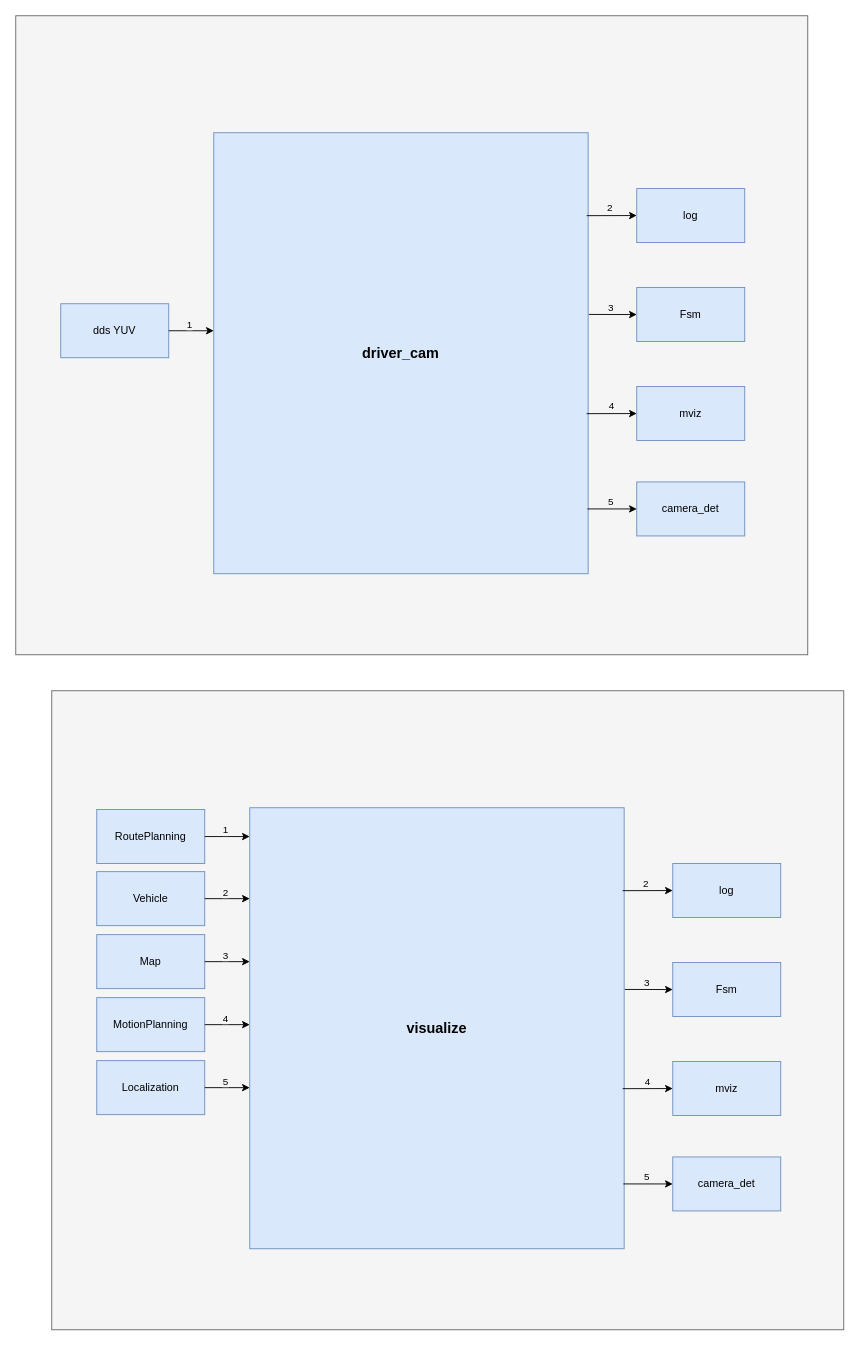
Before: visualize输入输出图.drawio in xiaoleli/diagrams, a draw.io diagram. Source tidied: cells renumbered, new cells numbered last; positions are measured from the earlier drawing's top-left corner, leaving out a move shared by most shapes. Both pictures are drawn from the tidied source at 90%, with x=0, y=0 at pixel (15, 15).
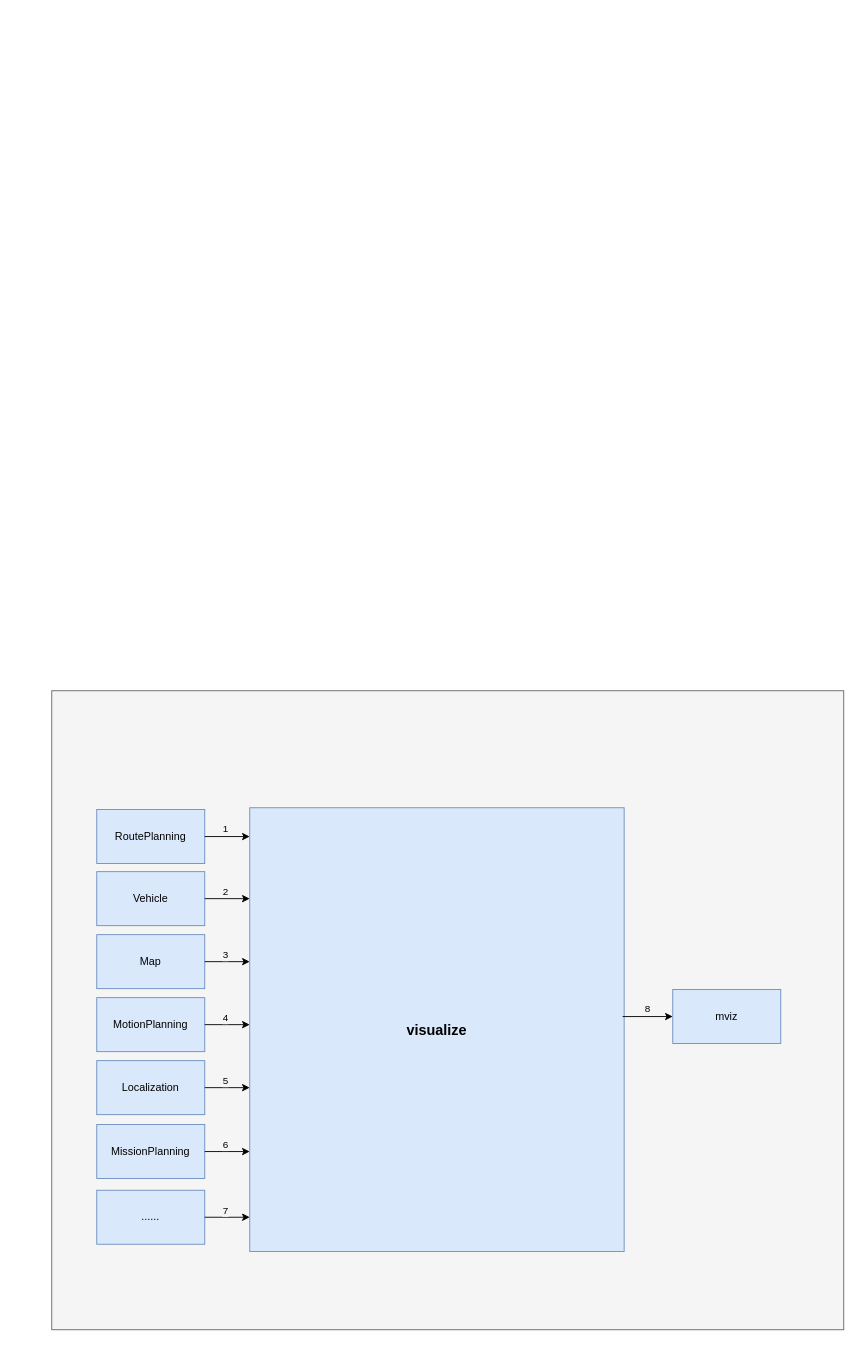
The same diagram, later.

Commit message:
更新visualize输入输出图.drawio

Unchanged cells that the change refers to:
```xml
<mxCell id="26" style="endArrow=classic;html=1;rounded=0;exitX=1;exitY=0.5;exitDx=0;exitDy=0;" parent="1" edge="1" source="21">
  <mxGeometry relative="1" as="geometry">
    <mxPoint x="260" y="912" as="targetPoint" />
  </mxGeometry>
</mxCell>
<mxCell id="37" style="endArrow=classic;html=1;rounded=0;exitX=1;exitY=0.5;exitDx=0;exitDy=0;" parent="1" edge="1" source="36">
  <mxGeometry relative="1" as="geometry">
    <mxPoint x="260" y="981" as="targetPoint" />
  </mxGeometry>
</mxCell>
```

Change to the diagram source:
```diff
@@
-    <mxCell id="2" style="rounded=0;whiteSpace=wrap;html=1;fillColor=#f5f5f5;fontColor=#333333;strokeColor=#666666;" parent="1" vertex="1">
-      <mxGeometry width="880" height="710" as="geometry" />
-    </mxCell>
-    <mxCell id="3" value="&lt;b&gt;&lt;font style=&quot;font-size: 16px;&quot;&gt;driver_cam&lt;/font&gt;&lt;/b&gt;" style="rounded=0;whiteSpace=wrap;html=1;fillColor=#dae8fc;strokeColor=#6c8ebf;" parent="1" vertex="1">
-      <mxGeometry x="220" y="130" width="416" height="490" as="geometry" />
-    </mxCell>
-    <mxCell id="4" value="dds YUV" style="rounded=0;whiteSpace=wrap;html=1;fillColor=#dae8fc;strokeColor=#6c8ebf;" parent="1" vertex="1">
-      <mxGeometry x="50" y="320" width="120" height="60" as="geometry" />
-    </mxCell>
-    <mxCell id="5" value="log" style="rounded=0;whiteSpace=wrap;html=1;fillColor=#dae8fc;strokeColor=#6c8ebf;" parent="1" vertex="1">
-      <mxGeometry x="690" y="192" width="120" height="60" as="geometry" />
-    </mxCell>
-    <mxCell id="6" value="Fsm" style="rounded=0;whiteSpace=wrap;html=1;fillColor=#dae8fc;strokeColor=#6c8ebf;" parent="1" vertex="1">
-      <mxGeometry x="690" y="302" width="120" height="60" as="geometry" />
-    </mxCell>
-    <mxCell id="7" value="mviz" style="rounded=0;whiteSpace=wrap;html=1;fillColor=#dae8fc;strokeColor=#6c8ebf;" parent="1" vertex="1">
-      <mxGeometry x="690" y="412" width="120" height="60" as="geometry" />
-    </mxCell>
-    <mxCell id="8" value="camera_det" style="rounded=0;whiteSpace=wrap;html=1;fillColor=#dae8fc;strokeColor=#6c8ebf;" parent="1" vertex="1">
-      <mxGeometry x="690" y="518" width="120" height="60" as="geometry" />
-    </mxCell>
-    <mxCell id="9" style="endArrow=classic;html=1;rounded=0;exitX=1;exitY=0.5;exitDx=0;exitDy=0;" parent="1" edge="1" source="4">
-      <mxGeometry relative="1" as="geometry">
-        <mxPoint x="220" y="350" as="targetPoint" />
-      </mxGeometry>
-    </mxCell>
-    <mxCell id="10" value="1" style="edgeLabel;html=1;align=center;verticalAlign=middle;labelBackgroundColor=#F5F5F5;" parent="9" vertex="1">
-      <mxGeometry x="-0.14" y="-1" relative="1" as="geometry">
-        <mxPoint y="-9" as="offset" />
-      </mxGeometry>
-    </mxCell>
-    <mxCell id="11" style="endArrow=classic;html=1;rounded=0;exitX=0.996;exitY=0.188;exitDx=0;exitDy=0;entryX=0;entryY=0.5;entryDx=0;entryDy=0;exitPerimeter=0;" parent="1" edge="1" source="3" target="5">
-      <mxGeometry relative="1" as="geometry" />
-    </mxCell>
-    <mxCell id="12" value="2" style="edgeLabel;html=1;align=center;verticalAlign=middle;labelBackgroundColor=#F5F5F5;" parent="11" vertex="1">
-      <mxGeometry x="-0.09" y="1" relative="1" as="geometry">
-        <mxPoint y="-8" as="offset" />
-      </mxGeometry>
-    </mxCell>
-    <mxCell id="13" style="endArrow=classic;html=1;rounded=0;entryX=0;entryY=0.5;entryDx=0;entryDy=0;exitX=1.002;exitY=0.412;exitDx=0;exitDy=0;exitPerimeter=0;" parent="1" edge="1" source="3" target="6">
-      <mxGeometry relative="1" as="geometry" />
-    </mxCell>
-    <mxCell id="14" value="3" style="edgeLabel;html=1;align=center;verticalAlign=middle;labelBackgroundColor=#F5F5F5;" parent="13" vertex="1">
-      <mxGeometry x="-0.11" relative="1" as="geometry">
-        <mxPoint y="-8" as="offset" />
-      </mxGeometry>
-    </mxCell>
-    <mxCell id="15" style="endArrow=classic;html=1;rounded=0;entryX=0;entryY=0.5;entryDx=0;entryDy=0;exitX=0.996;exitY=0.637;exitDx=0;exitDy=0;exitPerimeter=0;" parent="1" edge="1" source="3" target="7">
-      <mxGeometry relative="1" as="geometry" />
-    </mxCell>
-    <mxCell id="16" value="4" style="edgeLabel;html=1;align=center;verticalAlign=middle;labelBackgroundColor=#F5F5F5;" parent="15" vertex="1">
-      <mxGeometry x="-0.02" relative="1" as="geometry">
-        <mxPoint y="-9" as="offset" />
-      </mxGeometry>
-    </mxCell>
-    <mxCell id="17" style="endArrow=classic;html=1;rounded=0;entryX=0;entryY=0.5;entryDx=0;entryDy=0;exitX=0.998;exitY=0.853;exitDx=0;exitDy=0;exitPerimeter=0;" parent="1" edge="1" source="3" target="8">
-      <mxGeometry relative="1" as="geometry" />
-    </mxCell>
-    <mxCell id="18" value="5" style="edgeLabel;html=1;align=center;verticalAlign=middle;labelBackgroundColor=#F5F5F5;" parent="17" vertex="1">
-      <mxGeometry x="-0.07" y="1" relative="1" as="geometry">
-        <mxPoint y="-7" as="offset" />
-      </mxGeometry>
-    </mxCell>
@@
     <mxCell id="20" value="&lt;b&gt;&lt;font style=&quot;font-size: 16px;&quot;&gt;visualize&lt;/font&gt;&lt;/b&gt;" style="rounded=0;whiteSpace=wrap;html=1;fillColor=#dae8fc;strokeColor=#6c8ebf;" parent="1" vertex="1">
-      <mxGeometry x="260" y="880" width="416" height="490" as="geometry" />
+      <mxGeometry x="260" y="880" width="416" height="493" as="geometry" />
     </mxCell>
@@
-    <mxCell id="22" value="log" style="rounded=0;whiteSpace=wrap;html=1;fillColor=#dae8fc;strokeColor=#6c8ebf;" parent="1" vertex="1">
-      <mxGeometry x="730" y="942" width="120" height="60" as="geometry" />
-    </mxCell>
-    <mxCell id="23" value="Fsm" style="rounded=0;whiteSpace=wrap;html=1;fillColor=#dae8fc;strokeColor=#6c8ebf;" parent="1" vertex="1">
-      <mxGeometry x="730" y="1052" width="120" height="60" as="geometry" />
-    </mxCell>
     <mxCell id="24" value="mviz" style="rounded=0;whiteSpace=wrap;html=1;fillColor=#dae8fc;strokeColor=#6c8ebf;" parent="1" vertex="1">
-      <mxGeometry x="730" y="1162" width="120" height="60" as="geometry" />
+      <mxGeometry x="730" y="1082" width="120" height="60" as="geometry" />
     </mxCell>
-    <mxCell id="25" value="camera_det" style="rounded=0;whiteSpace=wrap;html=1;fillColor=#dae8fc;strokeColor=#6c8ebf;" parent="1" vertex="1">
-      <mxGeometry x="730" y="1268" width="120" height="60" as="geometry" />
-    </mxCell>
@@
     <mxCell id="27" value="1" style="edgeLabel;html=1;align=center;verticalAlign=middle;labelBackgroundColor=#F5F5F5;" parent="26" vertex="1">
       <mxGeometry x="-0.14" y="-1" relative="1" as="geometry">
-        <mxPoint y="-9" as="offset" />
+        <mxPoint y="-10" as="offset" />
       </mxGeometry>
     </mxCell>
-    <mxCell id="28" style="endArrow=classic;html=1;rounded=0;exitX=0.996;exitY=0.188;exitDx=0;exitDy=0;entryX=0;entryY=0.5;entryDx=0;entryDy=0;exitPerimeter=0;" parent="1" edge="1" source="20" target="22">
-      <mxGeometry relative="1" as="geometry" />
-    </mxCell>
-    <mxCell id="29" value="2" style="edgeLabel;html=1;align=center;verticalAlign=middle;labelBackgroundColor=#F5F5F5;" parent="28" vertex="1">
-      <mxGeometry x="-0.09" y="1" relative="1" as="geometry">
-        <mxPoint y="-8" as="offset" />
-      </mxGeometry>
-    </mxCell>
-    <mxCell id="30" style="endArrow=classic;html=1;rounded=0;entryX=0;entryY=0.5;entryDx=0;entryDy=0;exitX=1.002;exitY=0.412;exitDx=0;exitDy=0;exitPerimeter=0;" parent="1" edge="1" source="20" target="23">
-      <mxGeometry relative="1" as="geometry" />
-    </mxCell>
-    <mxCell id="31" value="3" style="edgeLabel;html=1;align=center;verticalAlign=middle;labelBackgroundColor=#F5F5F5;" parent="30" vertex="1">
-      <mxGeometry x="-0.11" relative="1" as="geometry">
-        <mxPoint y="-8" as="offset" />
-      </mxGeometry>
-    </mxCell>
-    <mxCell id="32" style="endArrow=classic;html=1;rounded=0;entryX=0;entryY=0.5;entryDx=0;entryDy=0;exitX=0.996;exitY=0.637;exitDx=0;exitDy=0;exitPerimeter=0;" parent="1" edge="1" source="20" target="24">
-      <mxGeometry relative="1" as="geometry" />
+    <mxCell id="32" style="endArrow=classic;html=1;rounded=0;entryX=0;entryY=0.5;entryDx=0;entryDy=0;exitX=0.996;exitY=0.637;exitDx=0;exitDy=0;exitPerimeter=0;" parent="1" edge="1" target="24">
+      <mxGeometry relative="1" as="geometry">
+        <mxPoint x="674.3" y="1112" as="sourcePoint" />
+      </mxGeometry>
     </mxCell>
-    <mxCell id="33" value="4" style="edgeLabel;html=1;align=center;verticalAlign=middle;labelBackgroundColor=#F5F5F5;" parent="32" vertex="1">
+    <mxCell id="33" value="8" style="edgeLabel;html=1;align=center;verticalAlign=middle;labelBackgroundColor=#F5F5F5;" parent="32" vertex="1">
       <mxGeometry x="-0.02" relative="1" as="geometry">
         <mxPoint y="-9" as="offset" />
       </mxGeometry>
     </mxCell>
-    <mxCell id="34" style="endArrow=classic;html=1;rounded=0;entryX=0;entryY=0.5;entryDx=0;entryDy=0;exitX=0.998;exitY=0.853;exitDx=0;exitDy=0;exitPerimeter=0;" parent="1" edge="1" source="20" target="25">
-      <mxGeometry relative="1" as="geometry" />
-    </mxCell>
-    <mxCell id="35" value="5" style="edgeLabel;html=1;align=center;verticalAlign=middle;labelBackgroundColor=#F5F5F5;" parent="34" vertex="1">
-      <mxGeometry x="-0.07" y="1" relative="1" as="geometry">
-        <mxPoint y="-7" as="offset" />
-      </mxGeometry>
-    </mxCell>
@@
     <mxCell id="38" value="2" style="edgeLabel;html=1;align=center;verticalAlign=middle;labelBackgroundColor=#F5F5F5;" parent="37" vertex="1">
       <mxGeometry x="-0.14" y="-1" relative="1" as="geometry">
-        <mxPoint y="-9" as="offset" />
+        <mxPoint y="-10" as="offset" />
       </mxGeometry>
     </mxCell>
@@
+    <mxCell id="48" value="MissionPlanning" style="rounded=0;whiteSpace=wrap;html=1;fillColor=#dae8fc;strokeColor=#6c8ebf;" parent="1" vertex="1">
+      <mxGeometry x="90" y="1232" width="120" height="60" as="geometry" />
+    </mxCell>
+    <mxCell id="49" style="endArrow=classic;html=1;rounded=0;exitX=1;exitY=0.5;exitDx=0;exitDy=0;" parent="1" edge="1" source="48">
+      <mxGeometry relative="1" as="geometry">
+        <mxPoint x="260" y="1262" as="targetPoint" />
+      </mxGeometry>
+    </mxCell>
+    <mxCell id="50" value="6" style="edgeLabel;html=1;align=center;verticalAlign=middle;labelBackgroundColor=#F5F5F5;" parent="49" vertex="1">
+      <mxGeometry x="-0.14" y="-1" relative="1" as="geometry">
+        <mxPoint y="-9" as="offset" />
+      </mxGeometry>
+    </mxCell>
+    <mxCell id="51" value="......" style="rounded=0;whiteSpace=wrap;html=1;fillColor=#dae8fc;strokeColor=#6c8ebf;" parent="1" vertex="1">
+      <mxGeometry x="90" y="1305" width="120" height="60" as="geometry" />
+    </mxCell>
+    <mxCell id="52" style="endArrow=classic;html=1;rounded=0;exitX=1;exitY=0.5;exitDx=0;exitDy=0;" parent="1" edge="1" source="51">
+      <mxGeometry relative="1" as="geometry">
+        <mxPoint x="260" y="1335" as="targetPoint" />
+      </mxGeometry>
+    </mxCell>
+    <mxCell id="53" value="7" style="edgeLabel;html=1;align=center;verticalAlign=middle;labelBackgroundColor=#F5F5F5;" parent="52" vertex="1">
+      <mxGeometry x="-0.14" y="-1" relative="1" as="geometry">
+        <mxPoint y="-9" as="offset" />
+      </mxGeometry>
+    </mxCell>
```
